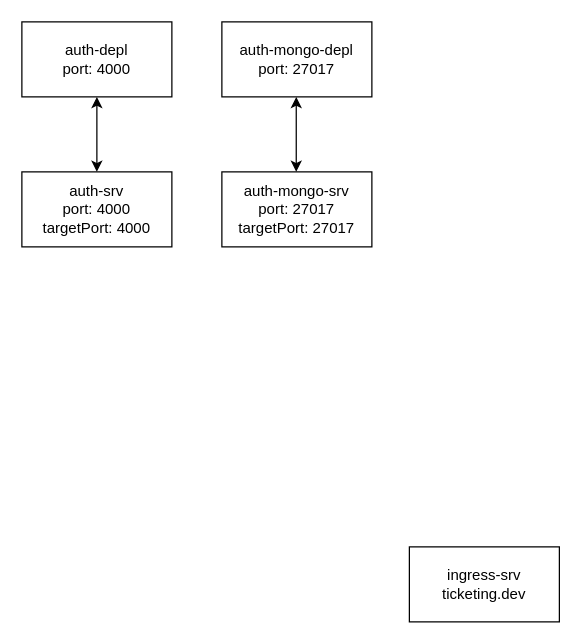
This is diagrams/connection_diagram.drawio from kavishkamk/ticker-hub, a draw.io file, before an edit. Source tidied: cells renumbered, new cells numbered last; positions are measured from the earlier drawing's top-left corner, leaving out a move shared by most shapes. Both pictures are drawn from the tidied source at 125%, with x=0, y=0 at pixel (21, 21).
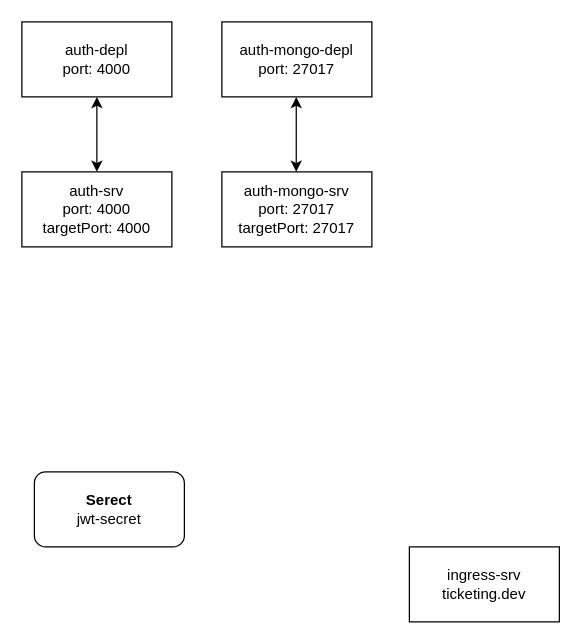
Above is the later version.

The edit, as a diff of the source:
```diff
@@
 <mxGraphModel>
   <root>
     <mxCell id="0" />
     <mxCell id="1" parent="0" />
     <mxCell id="2" value="auth-depl&lt;br&gt;port: 4000" style="rounded=0;whiteSpace=wrap;html=1;" parent="1" vertex="1">
       <mxGeometry width="120" height="60" as="geometry" />
     </mxCell>
     <mxCell id="3" value="auth-srv&lt;br&gt;port: 4000&lt;br&gt;targetPort: 4000" style="rounded=0;whiteSpace=wrap;html=1;" parent="1" vertex="1">
       <mxGeometry y="120" width="120" height="60" as="geometry" />
     </mxCell>
     <mxCell id="4" value="ingress-srv&lt;br&gt;ticketing.dev" style="rounded=0;whiteSpace=wrap;html=1;" parent="1" vertex="1">
       <mxGeometry x="310" y="420" width="120" height="60" as="geometry" />
     </mxCell>
     <mxCell id="5" style="endArrow=classic;startArrow=classic;html=1;rounded=0;entryX=0.5;entryY=1;entryDx=0;entryDy=0;exitX=0.5;exitY=0;exitDx=0;exitDy=0;" parent="1" edge="1" source="3" target="2">
       <mxGeometry relative="1" as="geometry" />
     </mxCell>
     <mxCell id="6" value="auth-mongo-depl&lt;br&gt;port: 27017" style="rounded=0;whiteSpace=wrap;html=1;" parent="1" vertex="1">
       <mxGeometry x="160" width="120" height="60" as="geometry" />
     </mxCell>
     <mxCell id="7" value="auth-mongo-srv&lt;br&gt;port: 27017&lt;br&gt;targetPort: 27017" style="rounded=0;whiteSpace=wrap;html=1;" parent="1" vertex="1">
       <mxGeometry x="160" y="120" width="120" height="60" as="geometry" />
     </mxCell>
     <mxCell id="8" style="endArrow=classic;startArrow=classic;html=1;rounded=0;entryX=0.5;entryY=1;entryDx=0;entryDy=0;exitX=0.5;exitY=0;exitDx=0;exitDy=0;" parent="1" edge="1">
       <mxGeometry relative="1" as="geometry">
         <mxPoint x="219.5" y="120" as="sourcePoint" />
         <mxPoint x="219.5" y="60" as="targetPoint" />
       </mxGeometry>
     </mxCell>
+    <mxCell id="9" value="&lt;b&gt;Serect&lt;/b&gt;&lt;br&gt;jwt-secret" style="rounded=1;whiteSpace=wrap;html=1;" parent="1" vertex="1">
+      <mxGeometry x="10" y="360" width="120" height="60" as="geometry" />
+    </mxCell>
   </root>
 </mxGraphModel>
```
